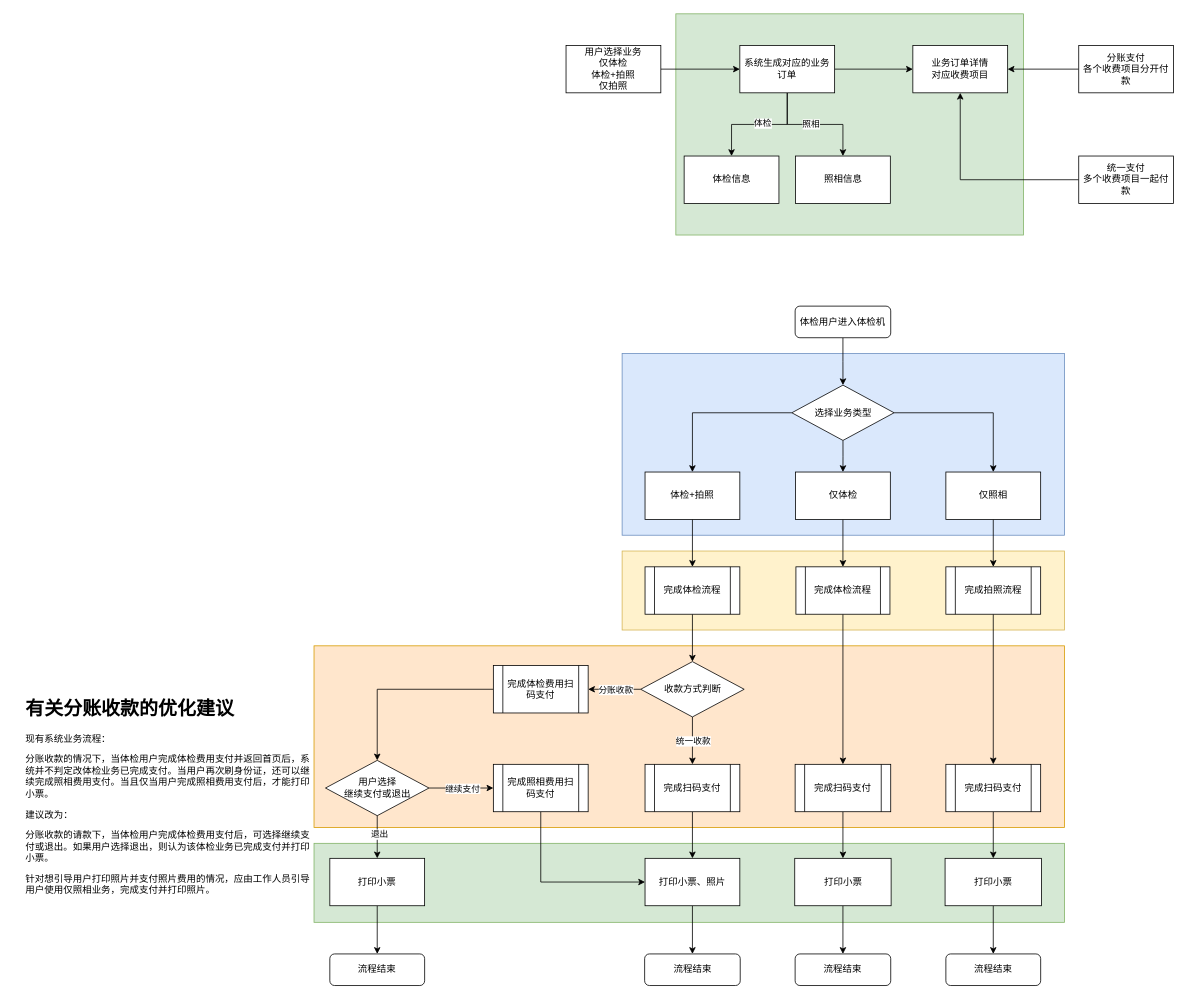
This is page "订单数据模型" (6 of 7) of V3.0.0.drawio from FifteenLab/test, a draw.io file, before an edit. Source tidied: cells renumbered, new cells numbered last; positions are measured from the earlier drawing's top-left corner, leaving out a move shared by most shapes. Both pictures are drawn from the tidied source at 79%, with x=0, y=0 at pixel (21, 13).
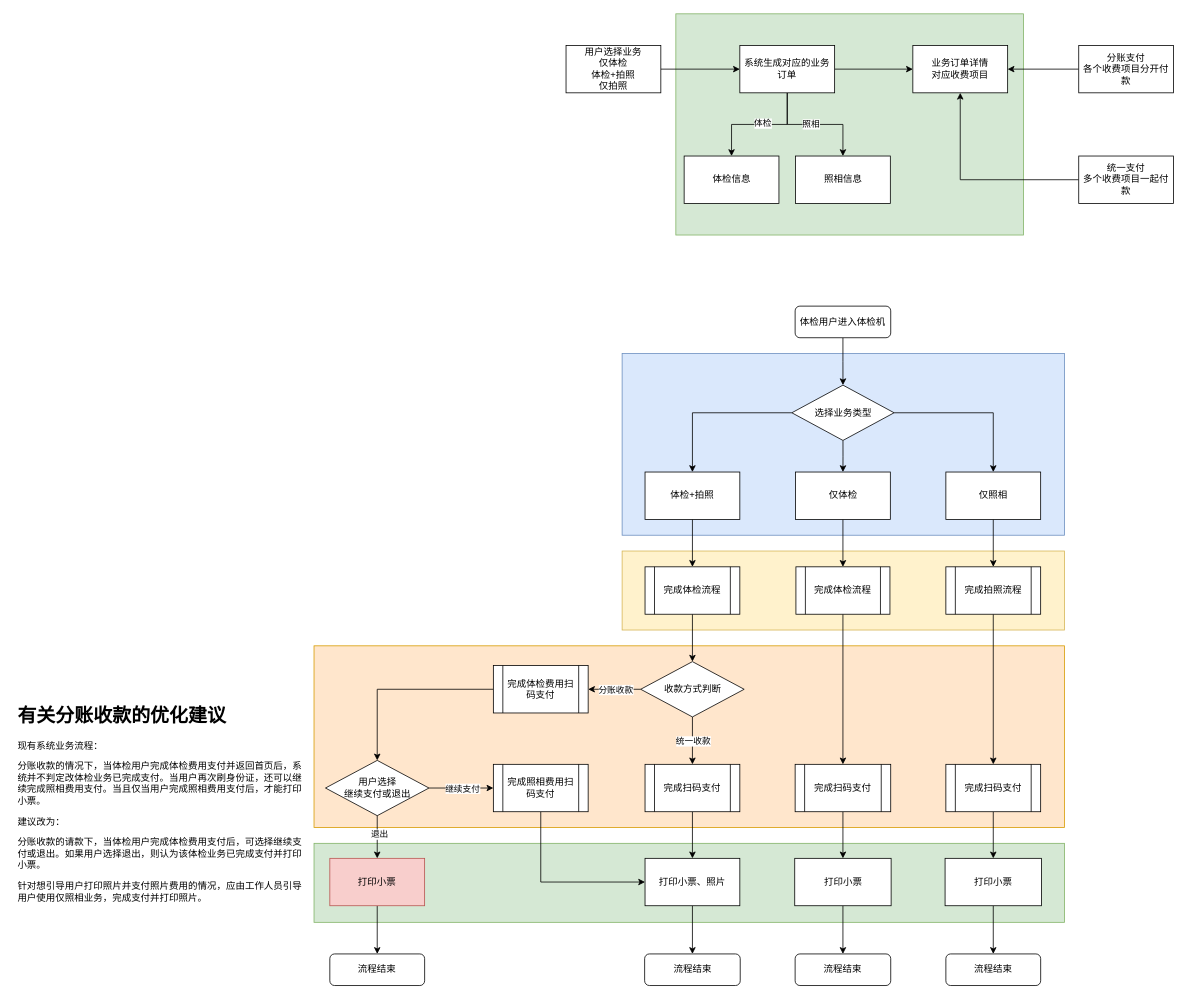
After the change.

The edit, as a diff of the source:
```diff
@@
-    <mxCell id="68" value="打印小票" style="rounded=0;whiteSpace=wrap;html=1;" parent="1" vertex="1">
+    <mxCell id="68" value="打印小票" style="rounded=0;whiteSpace=wrap;html=1;fillColor=#f8cecc;strokeColor=#b85450;" parent="1" vertex="1">
       <mxGeometry x="390" y="1069" width="120" height="60" as="geometry" />
     </mxCell>
@@
     <mxCell id="71" value="&lt;h1&gt;有关分账收款的优化建议&lt;/h1&gt;&lt;p&gt;现有系统业务流程：&lt;/p&gt;&lt;p&gt;&lt;span&gt;分账收款的情况下，当体检用户完成体检费用支付并返回首页后，系统并不判定改体检业务已完成支付。当用户再次刷身份证，还可以继续完成照相费用支付。当且仅当用户完成照相费用支付后，才能打印小票。&lt;/span&gt;&lt;/p&gt;&lt;p&gt;建议改为：&lt;/p&gt;&lt;p&gt;分账收款的请款下，当体检用户完成体检费用支付后，可选择继续支付或退出。如果用户选择退出，则认为该体检业务已完成支付并打印小票。&lt;/p&gt;&lt;p&gt;针对想引导用户打印照片并支付照片费用的情况，应由工作人员引导用户使用仅照相业务，完成支付并打印照片。&lt;/p&gt;&lt;p&gt;&lt;br&gt;&lt;/p&gt;" style="text;html=1;strokeColor=none;fillColor=none;spacing=5;spacingTop=-20;whiteSpace=wrap;overflow=hidden;rounded=0;" parent="1" vertex="1">
-      <mxGeometry y="860" width="370" height="260" as="geometry" />
+      <mxGeometry x="-10" y="869" width="370" height="260" as="geometry" />
     </mxCell>
```
